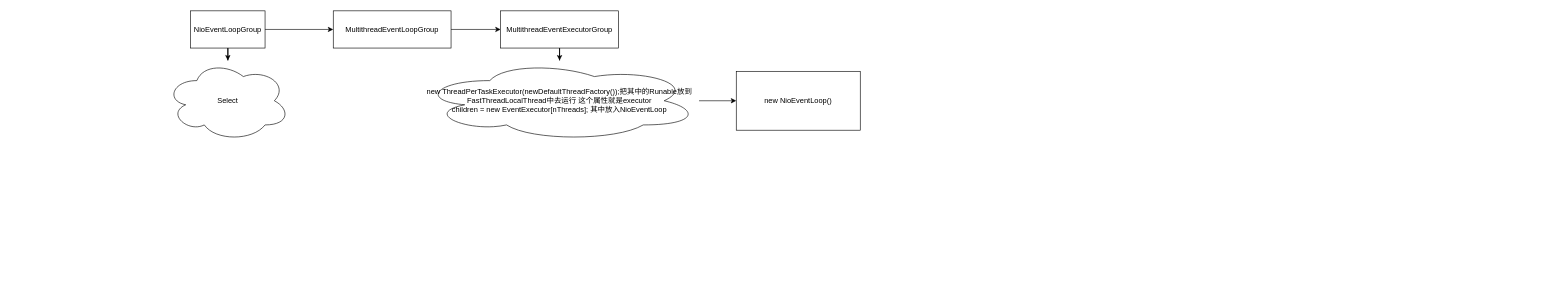
Above: Netty.drawio in echohawkOuyang/NiceToMeetYou (draw.io), before the change. Source tidied: cells renumbered, new cells numbered last; positions are measured from the earlier drawing's top-left corner, leaving out a move shared by most shapes. Both pictures are drawn from the tidied source at 62%, with x=0, y=0 at pixel (166, 11).
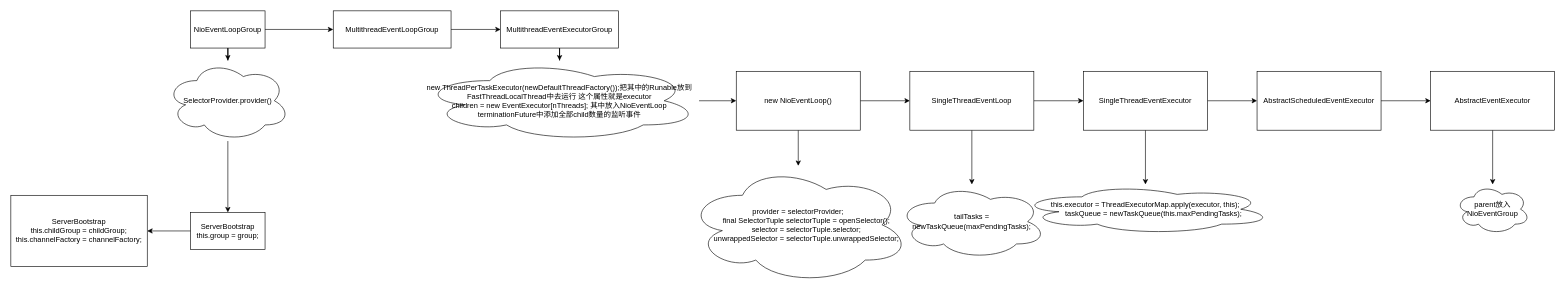
After the change.

The change refers to these unchanged cells:
```xml
<mxCell id="12" value="new NioEventLoop()" style="whiteSpace=wrap;html=1;rounded=0;" parent="1" vertex="1">
  <mxGeometry x="920" y="97.5" width="200" height="95" as="geometry" />
</mxCell>
```

Change to the diagram source:
```diff
@@
+    <mxCell id="13" style="edgeStyle=orthogonalEdgeStyle;rounded=0;jettySize=auto;html=1;" parent="1" edge="1" source="5" target="31">
+      <mxGeometry relative="1" as="geometry" />
+    </mxCell>
-    <mxCell id="5" value="Select" style="ellipse;shape=cloud;whiteSpace=wrap;html=1;rounded=0;" parent="1" vertex="1">
+    <mxCell id="5" value="SelectorProvider.provider()" style="ellipse;shape=cloud;whiteSpace=wrap;html=1;rounded=0;" parent="1" vertex="1">
       <mxGeometry y="80" width="200" height="130" as="geometry" />
     </mxCell>
@@
-    <mxCell id="11" value="new ThreadPerTaskExecutor(newDefaultThreadFactory());把其中的Runable放到FastThreadLocalThread中去运行 这个属性就是executor&lt;br&gt;children = new EventExecutor[nThreads]; 其中放入NioEventLoop" style="ellipse;shape=cloud;whiteSpace=wrap;html=1;rounded=0;" parent="1" vertex="1">
+    <mxCell id="11" value="new ThreadPerTaskExecutor(newDefaultThreadFactory());把其中的Runable放到FastThreadLocalThread中去运行 这个属性就是executor&lt;br&gt;children = new EventExecutor[nThreads]; 其中放入NioEventLoop&lt;br&gt;terminationFuture中添加全部child数量的监听事件" style="ellipse;shape=cloud;whiteSpace=wrap;html=1;rounded=0;" parent="1" vertex="1">
       <mxGeometry x="410" y="80" width="450" height="130" as="geometry" />
     </mxCell>
+    <mxCell id="14" style="edgeStyle=orthogonalEdgeStyle;rounded=0;jettySize=auto;html=1;" parent="1" edge="1" source="12" target="16">
+      <mxGeometry relative="1" as="geometry" />
+    </mxCell>
+    <mxCell id="15" style="edgeStyle=orthogonalEdgeStyle;rounded=0;jettySize=auto;html=1;" parent="1" edge="1" source="12" target="19">
+      <mxGeometry relative="1" as="geometry" />
+    </mxCell>
@@
+    <mxCell id="16" value="&lt;div&gt;provider = selectorProvider;&lt;/div&gt;&lt;div&gt;&amp;nbsp; &amp;nbsp; &amp;nbsp; &amp;nbsp; final SelectorTuple selectorTuple = openSelector();&lt;/div&gt;&lt;div&gt;&amp;nbsp; &amp;nbsp; &amp;nbsp; &amp;nbsp; selector = selectorTuple.selector;&lt;/div&gt;&lt;div&gt;&amp;nbsp; &amp;nbsp; &amp;nbsp; &amp;nbsp; unwrappedSelector = selectorTuple.unwrappedSelector;&lt;/div&gt;" style="ellipse;shape=cloud;whiteSpace=wrap;html=1;rounded=0;" parent="1" vertex="1">
+      <mxGeometry x="840" y="250" width="360" height="190" as="geometry" />
+    </mxCell>
+    <mxCell id="17" style="edgeStyle=orthogonalEdgeStyle;rounded=0;jettySize=auto;html=1;" parent="1" edge="1" source="19" target="22">
+      <mxGeometry relative="1" as="geometry" />
+    </mxCell>
+    <mxCell id="18" style="edgeStyle=orthogonalEdgeStyle;rounded=0;jettySize=auto;html=1;" parent="1" edge="1" source="19" target="29">
+      <mxGeometry relative="1" as="geometry" />
+    </mxCell>
+    <mxCell id="19" value="SingleThreadEventLoop" style="whiteSpace=wrap;html=1;rounded=0;" parent="1" vertex="1">
+      <mxGeometry x="1200" y="97.5" width="200" height="95" as="geometry" />
+    </mxCell>
+    <mxCell id="20" style="edgeStyle=orthogonalEdgeStyle;rounded=0;jettySize=auto;html=1;" parent="1" edge="1" source="22" target="24">
+      <mxGeometry relative="1" as="geometry" />
+    </mxCell>
+    <mxCell id="21" style="edgeStyle=orthogonalEdgeStyle;rounded=0;jettySize=auto;html=1;" parent="1" edge="1" source="22" target="28">
+      <mxGeometry relative="1" as="geometry" />
+    </mxCell>
+    <mxCell id="22" value="SingleThreadEventExecutor" style="whiteSpace=wrap;html=1;rounded=0;" parent="1" vertex="1">
+      <mxGeometry x="1480" y="97.5" width="200" height="95" as="geometry" />
+    </mxCell>
+    <mxCell id="23" style="edgeStyle=orthogonalEdgeStyle;rounded=0;jettySize=auto;html=1;" parent="1" edge="1" source="24" target="26">
+      <mxGeometry relative="1" as="geometry" />
+    </mxCell>
+    <mxCell id="24" value="AbstractScheduledEventExecutor" style="whiteSpace=wrap;html=1;rounded=0;" parent="1" vertex="1">
+      <mxGeometry x="1760" y="97.5" width="200" height="95" as="geometry" />
+    </mxCell>
+    <mxCell id="25" style="edgeStyle=orthogonalEdgeStyle;rounded=0;jettySize=auto;html=1;" parent="1" edge="1" source="26" target="27">
+      <mxGeometry relative="1" as="geometry" />
+    </mxCell>
+    <mxCell id="26" value="AbstractEventExecutor" style="whiteSpace=wrap;html=1;rounded=0;" parent="1" vertex="1">
+      <mxGeometry x="2040" y="97.5" width="200" height="95" as="geometry" />
+    </mxCell>
+    <mxCell id="27" value="parent放入NioEventGroup" style="ellipse;shape=cloud;whiteSpace=wrap;html=1;rounded=0;" parent="1" vertex="1">
+      <mxGeometry x="2080" y="280" width="120" height="80" as="geometry" />
+    </mxCell>
+    <mxCell id="28" value="&lt;div&gt;this.executor = ThreadExecutorMap.apply(executor, this);&lt;/div&gt;&lt;div&gt;&amp;nbsp; &amp;nbsp; &amp;nbsp; &amp;nbsp; taskQueue = newTaskQueue(this.maxPendingTasks);&lt;/div&gt;" style="ellipse;shape=cloud;whiteSpace=wrap;html=1;rounded=0;" parent="1" vertex="1">
+      <mxGeometry x="1375" y="280" width="410" height="80" as="geometry" />
+    </mxCell>
+    <mxCell id="29" value="tailTasks = newTaskQueue(maxPendingTasks);" style="ellipse;shape=cloud;whiteSpace=wrap;html=1;rounded=0;" parent="1" vertex="1">
+      <mxGeometry x="1180" y="280" width="240" height="120" as="geometry" />
+    </mxCell>
+    <mxCell id="30" style="edgeStyle=orthogonalEdgeStyle;rounded=0;jettySize=auto;html=1;" parent="1" edge="1" source="31" target="32">
+      <mxGeometry relative="1" as="geometry" />
+    </mxCell>
+    <mxCell id="31" value="ServerBootstrap&lt;br&gt;this.group = group;" style="whiteSpace=wrap;html=1;rounded=0;" parent="1" vertex="1">
+      <mxGeometry x="40" y="325" width="120" height="60" as="geometry" />
+    </mxCell>
+    <mxCell id="32" value="ServerBootstrap&lt;br&gt;this.childGroup = childGroup;&lt;br&gt;this.channelFactory = channelFactory;" style="whiteSpace=wrap;html=1;rounded=0;" parent="1" vertex="1">
+      <mxGeometry x="-250" y="297.5" width="220" height="115" as="geometry" />
+    </mxCell>
```
